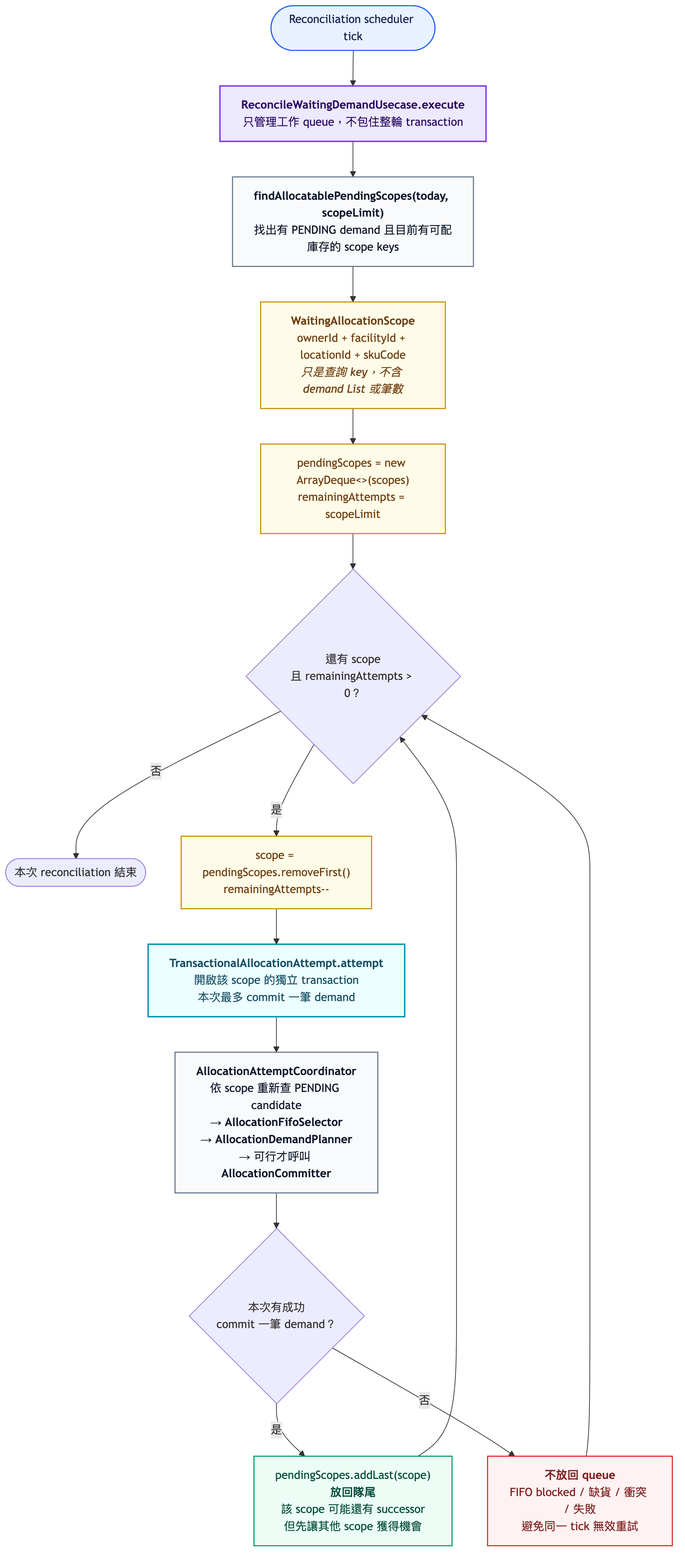
Earlier version of the Mermaid export docs/images/reconcile-waiting-demand-activity.png (zhjiangexe/order-allocation-arch-demo). Its source is kept beside it as docs/diagrams/reconcile-waiting-demand-activity.mmd.
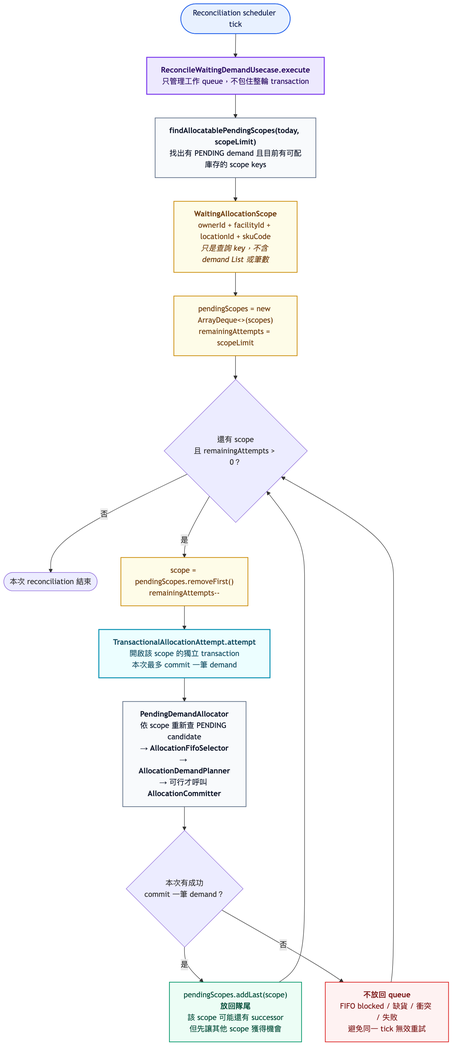
After the commit.

Diff of the diagram source:
```diff
@@ -8,7 +8,7 @@
     DONE(["本次 reconciliation 結束"])
     POP["scope = pendingScopes.removeFirst()<br/>remainingAttempts--"]
     TX["<b>TransactionalAllocationAttempt.attempt</b><br/>開啟該 scope 的獨立 transaction<br/>本次最多 commit 一筆 demand"]
-    PIPELINE["<b>AllocationAttemptCoordinator</b><br/>依 scope 重新查 PENDING candidate<br/>→ <b>AllocationFifoSelector</b><br/>→ <b>AllocationDemandPlanner</b><br/>→ 可行才呼叫 <b>AllocationCommitter</b>"]
+    PIPELINE["<b>PendingDemandAllocator</b><br/>依 scope 重新查 PENDING candidate<br/>→ <b>AllocationFifoSelector</b><br/>→ <b>AllocationDemandPlanner</b><br/>→ 可行才呼叫 <b>AllocationCommitter</b>"]
     SUCCESS{"本次有成功<br/>commit 一筆 demand？"}
     REQUEUE["pendingScopes.addLast(scope)<br/><b>放回隊尾</b><br/>該 scope 可能還有 successor<br/>但先讓其他 scope 獲得機會"]
     DROP["<b>不放回 queue</b><br/>FIFO blocked / 缺貨 / 衝突 / 失敗<br/>避免同一 tick 無效重試"]
```
